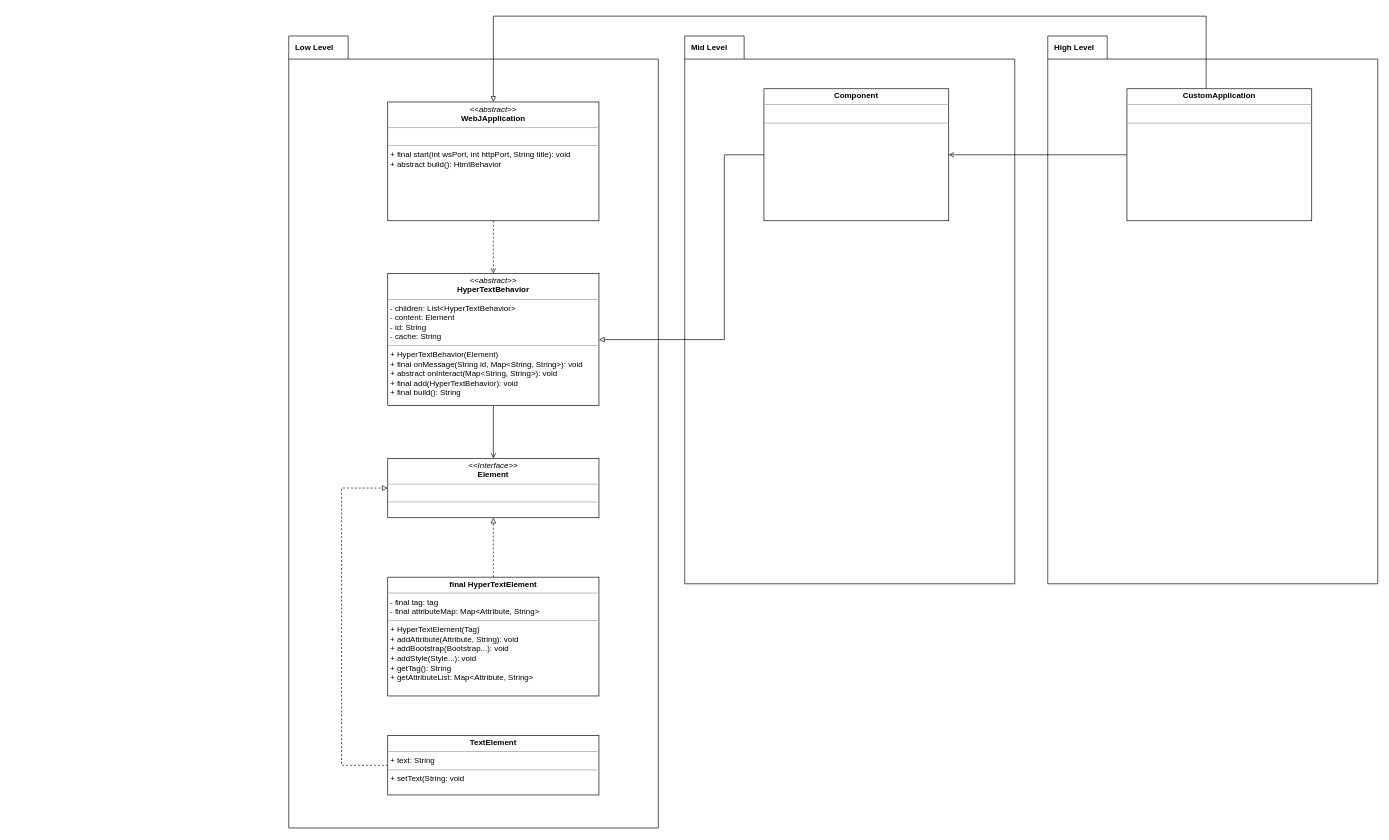
Earlier version of the draw.io diagram page "UML" (1 of 2) of plan/WebJ.drawio (VelocityPackage/webJ). Source tidied: cells renumbered, new cells numbered last; positions are measured from the earlier drawing's top-left corner, leaving out a move shared by most shapes. Both pictures are drawn from the tidied source at 66%, with x=0, y=0 at pixel (288, 16).
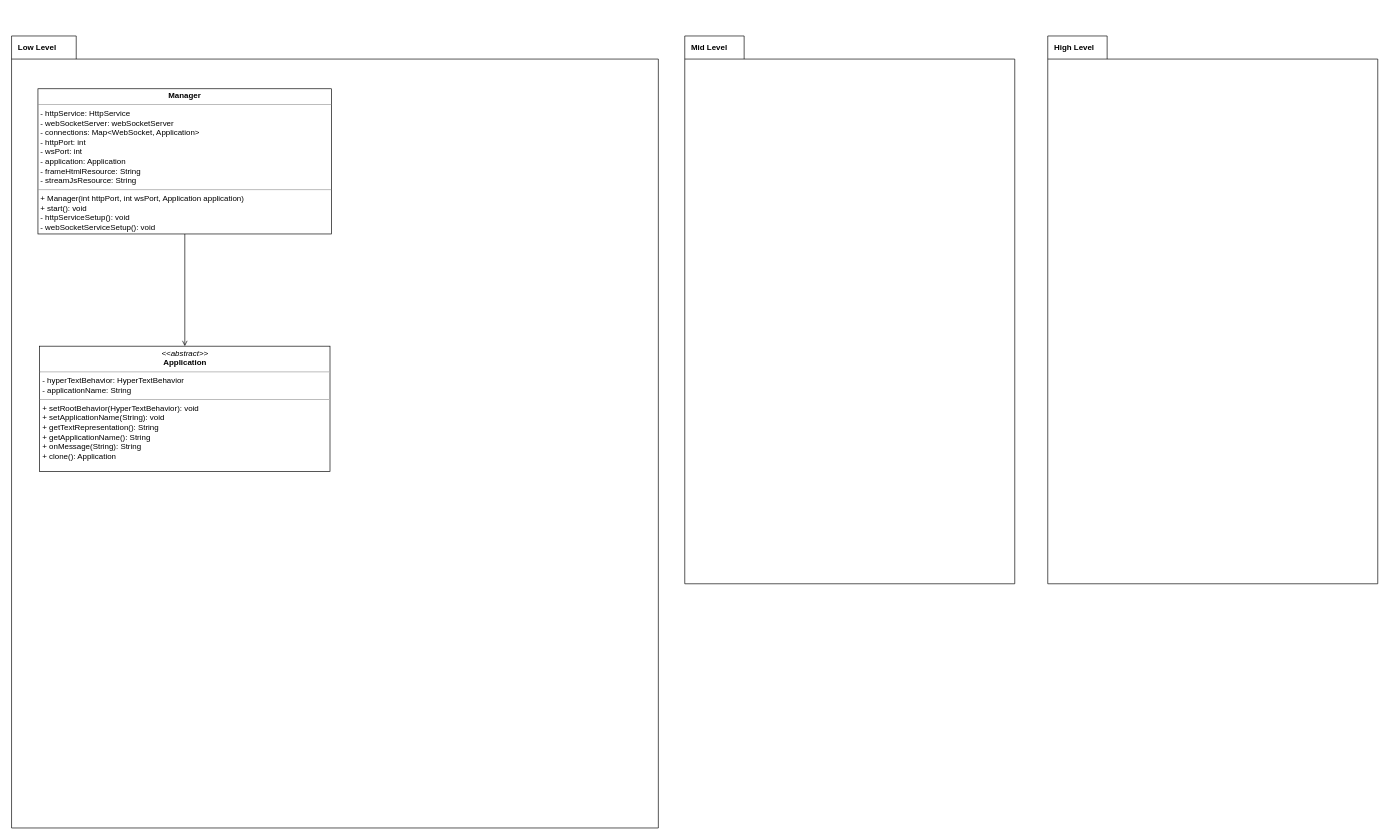
Above is the later version.

Change to the diagram source:
```diff
@@
     <mxCell id="4" value="Low Level" style="shape=folder;fontStyle=1;spacingTop=5;tabWidth=90;tabHeight=35;tabPosition=left;html=1;align=left;labelPosition=center;verticalLabelPosition=middle;verticalAlign=top;textDirection=ltr;horizontal=1;spacingLeft=10;spacing=0;" parent="1" vertex="1">
-      <mxGeometry y="30" width="560" height="1200" as="geometry" />
+      <mxGeometry x="-420" y="30" width="980" height="1200" as="geometry" />
     </mxCell>
-    <mxCell id="5" style="edgeStyle=orthogonalEdgeStyle;rounded=0;jettySize=auto;html=1;endArrow=block;endFill=0;dashed=1;" parent="1" edge="1" source="6" target="16">
-      <mxGeometry relative="1" as="geometry" />
-    </mxCell>
-    <mxCell id="6" value="&lt;p style=&quot;margin: 0px ; margin-top: 4px ; text-align: center&quot;&gt;&lt;b&gt;final HyperTextElement&lt;/b&gt;&lt;/p&gt;&lt;hr size=&quot;1&quot;&gt;&lt;p style=&quot;margin: 0px ; margin-left: 4px&quot;&gt;&lt;span&gt;- final tag: tag&lt;/span&gt;&lt;br&gt;&lt;/p&gt;&lt;p style=&quot;margin: 0px ; margin-left: 4px&quot;&gt;- final attributeMap: Map&amp;lt;Attribute, String&amp;gt;&lt;/p&gt;&lt;hr size=&quot;1&quot;&gt;&lt;p style=&quot;margin: 0px ; margin-left: 4px&quot;&gt;+ HyperTextElement(Tag)&lt;/p&gt;&lt;p style=&quot;margin: 0px ; margin-left: 4px&quot;&gt;&lt;span&gt;+ addAttribute(Attribute, String): void&lt;/span&gt;&lt;br&gt;&lt;/p&gt;&lt;p style=&quot;margin: 0px ; margin-left: 4px&quot;&gt;&lt;span&gt;+ addBootstrap(Bootstrap...): void&lt;/span&gt;&lt;br&gt;&lt;/p&gt;&lt;p style=&quot;margin: 0px ; margin-left: 4px&quot;&gt;+ addStyle(Style...): void&lt;/p&gt;&lt;p style=&quot;margin: 0px ; margin-left: 4px&quot;&gt;+ getTag(): String&lt;/p&gt;&lt;p style=&quot;margin: 0px ; margin-left: 4px&quot;&gt;+ getAttributeList: Map&amp;lt;Attribute, String&amp;gt;&lt;/p&gt;" style="verticalAlign=top;align=left;overflow=fill;fontSize=12;fontFamily=Helvetica;html=1;" parent="1" vertex="1">
-      <mxGeometry x="150" y="850" width="320" height="180" as="geometry" />
-    </mxCell>
-    <mxCell id="7" style="edgeStyle=orthogonalEdgeStyle;rounded=0;jettySize=auto;html=1;endArrow=open;endFill=0;" parent="1" edge="1" source="8" target="16">
-      <mxGeometry relative="1" as="geometry" />
-    </mxCell>
-    <mxCell id="8" value="&lt;p style=&quot;margin: 0px ; margin-top: 4px ; text-align: center&quot;&gt;&lt;i&gt;&amp;lt;&amp;lt;abstract&amp;gt;&amp;gt;&lt;/i&gt;&lt;br&gt;&lt;b&gt;HyperTextBehavior&lt;/b&gt;&lt;/p&gt;&lt;hr size=&quot;1&quot;&gt;&lt;p style=&quot;margin: 0px ; margin-left: 4px&quot;&gt;- children: List&amp;lt;HyperTextBehavior&amp;gt;&lt;br&gt;&lt;/p&gt;&lt;p style=&quot;margin: 0px ; margin-left: 4px&quot;&gt;- content: Element&lt;/p&gt;&lt;p style=&quot;margin: 0px ; margin-left: 4px&quot;&gt;- id: String&lt;/p&gt;&lt;p style=&quot;margin: 0px ; margin-left: 4px&quot;&gt;- cache: String&lt;/p&gt;&lt;hr size=&quot;1&quot;&gt;&lt;p style=&quot;margin: 0px ; margin-left: 4px&quot;&gt;+ HyperTextBehavior(Element)&lt;/p&gt;&lt;p style=&quot;margin: 0px ; margin-left: 4px&quot;&gt;+ final onMessage(String id, Map&amp;lt;String, String&amp;gt;): void&lt;br&gt;+ abstract onInteract(Map&amp;lt;String, String&amp;gt;): void&lt;/p&gt;&lt;p style=&quot;margin: 0px ; margin-left: 4px&quot;&gt;+ final add(HyperTextBehavior): void&lt;/p&gt;&lt;p style=&quot;margin: 0px ; margin-left: 4px&quot;&gt;+ final build(): String&lt;/p&gt;&lt;p style=&quot;margin: 0px ; margin-left: 4px&quot;&gt;&lt;br&gt;&lt;/p&gt;&lt;p style=&quot;margin: 0px ; margin-left: 4px&quot;&gt;&lt;br&gt;&lt;/p&gt;" style="verticalAlign=top;align=left;overflow=fill;fontSize=12;fontFamily=Helvetica;html=1;" parent="1" vertex="1">
-      <mxGeometry x="150" y="390" width="320" height="200" as="geometry" />
-    </mxCell>
-    <mxCell id="9" style="edgeStyle=orthogonalEdgeStyle;rounded=0;jettySize=auto;html=1;endArrow=block;endFill=0;jumpSize=6;strokeWidth=1;" parent="1" edge="1" source="10" target="8">
-      <mxGeometry relative="1" as="geometry">
-        <Array as="points">
-          <mxPoint x="660" y="210" />
-          <mxPoint x="660" y="490" />
-        </Array>
-      </mxGeometry>
-    </mxCell>
-    <mxCell id="10" value="&lt;p style=&quot;margin: 0px ; margin-top: 4px ; text-align: center&quot;&gt;&lt;b&gt;Component&lt;/b&gt;&lt;/p&gt;&lt;hr size=&quot;1&quot;&gt;&lt;p style=&quot;margin: 0px ; margin-left: 4px&quot;&gt;&lt;br&gt;&lt;/p&gt;&lt;hr size=&quot;1&quot;&gt;&lt;p style=&quot;margin: 0px ; margin-left: 4px&quot;&gt;&lt;br&gt;&lt;/p&gt;" style="verticalAlign=top;align=left;overflow=fill;fontSize=12;fontFamily=Helvetica;html=1;" parent="1" vertex="1">
-      <mxGeometry x="720" y="110" width="280" height="200" as="geometry" />
-    </mxCell>
-    <mxCell id="11" style="edgeStyle=orthogonalEdgeStyle;rounded=0;jumpSize=6;jettySize=auto;html=1;endArrow=open;endFill=0;strokeWidth=1;dashed=1;" parent="1" edge="1" source="12" target="8">
-      <mxGeometry relative="1" as="geometry" />
-    </mxCell>
-    <mxCell id="12" value="&lt;p style=&quot;margin: 0px ; margin-top: 4px ; text-align: center&quot;&gt;&lt;i&gt;&amp;lt;&amp;lt;abstract&amp;gt;&amp;gt;&lt;/i&gt;&lt;br&gt;&lt;b&gt;WebJApplication&lt;/b&gt;&lt;/p&gt;&lt;hr size=&quot;1&quot;&gt;&lt;p style=&quot;margin: 0px ; margin-left: 4px&quot;&gt;&lt;br&gt;&lt;/p&gt;&lt;hr size=&quot;1&quot;&gt;&lt;p style=&quot;margin: 0px ; margin-left: 4px&quot;&gt;+ final start(int wsPort, int httpPort, String title): void&lt;/p&gt;&lt;p style=&quot;margin: 0px ; margin-left: 4px&quot;&gt;+ abstract build(): HtmlBehavior&lt;/p&gt;" style="verticalAlign=top;align=left;overflow=fill;fontSize=12;fontFamily=Helvetica;html=1;" parent="1" vertex="1">
-      <mxGeometry x="150" y="130" width="320" height="180" as="geometry" />
-    </mxCell>
-    <mxCell id="13" style="edgeStyle=orthogonalEdgeStyle;rounded=0;jumpSize=6;jettySize=auto;html=1;endArrow=block;endFill=0;strokeWidth=1;" parent="1" edge="1" source="15" target="12">
-      <mxGeometry relative="1" as="geometry">
-        <Array as="points">
-          <mxPoint x="1390" />
-          <mxPoint x="310" />
-        </Array>
-      </mxGeometry>
-    </mxCell>
-    <mxCell id="14" style="edgeStyle=orthogonalEdgeStyle;rounded=0;jumpSize=6;jettySize=auto;html=1;endArrow=open;endFill=0;strokeWidth=1;" parent="1" edge="1" source="15" target="10">
-      <mxGeometry relative="1" as="geometry" />
-    </mxCell>
-    <mxCell id="15" value="&lt;p style=&quot;margin: 0px ; margin-top: 4px ; text-align: center&quot;&gt;&lt;b&gt;CustomApplication&lt;/b&gt;&lt;/p&gt;&lt;hr size=&quot;1&quot;&gt;&lt;p style=&quot;margin: 0px ; margin-left: 4px&quot;&gt;&lt;br&gt;&lt;/p&gt;&lt;hr size=&quot;1&quot;&gt;&lt;p style=&quot;margin: 0px ; margin-left: 4px&quot;&gt;&lt;br&gt;&lt;/p&gt;" style="verticalAlign=top;align=left;overflow=fill;fontSize=12;fontFamily=Helvetica;html=1;" parent="1" vertex="1">
-      <mxGeometry x="1270" y="110" width="280" height="200" as="geometry" />
-    </mxCell>
-    <mxCell id="16" value="&lt;p style=&quot;margin: 0px ; margin-top: 4px ; text-align: center&quot;&gt;&lt;i&gt;&amp;lt;&amp;lt;Interface&amp;gt;&amp;gt;&lt;/i&gt;&lt;br&gt;&lt;b&gt;Element&lt;/b&gt;&lt;/p&gt;&lt;hr size=&quot;1&quot;&gt;&lt;p style=&quot;margin: 0px ; margin-left: 4px&quot;&gt;&lt;br&gt;&lt;/p&gt;&lt;hr size=&quot;1&quot;&gt;&lt;p style=&quot;margin: 0px ; margin-left: 4px&quot;&gt;&lt;br&gt;&lt;/p&gt;" style="verticalAlign=top;align=left;overflow=fill;fontSize=12;fontFamily=Helvetica;html=1;" parent="1" vertex="1">
-      <mxGeometry x="150" y="670" width="320" height="90" as="geometry" />
-    </mxCell>
-    <mxCell id="17" style="edgeStyle=orthogonalEdgeStyle;rounded=0;jettySize=auto;html=1;dashed=1;endArrow=block;endFill=0;" parent="1" edge="1" source="18" target="16">
-      <mxGeometry relative="1" as="geometry">
-        <Array as="points">
-          <mxPoint x="80" y="1135" />
-          <mxPoint x="80" y="715" />
-        </Array>
-      </mxGeometry>
-    </mxCell>
-    <mxCell id="18" value="&lt;p style=&quot;margin: 0px ; margin-top: 4px ; text-align: center&quot;&gt;&lt;b&gt;TextElement&lt;/b&gt;&lt;/p&gt;&lt;hr size=&quot;1&quot;&gt;&lt;p style=&quot;margin: 0px ; margin-left: 4px&quot;&gt;+ text: String&lt;/p&gt;&lt;hr size=&quot;1&quot;&gt;&lt;p style=&quot;margin: 0px ; margin-left: 4px&quot;&gt;+ setText(String: void&lt;/p&gt;" style="verticalAlign=top;align=left;overflow=fill;fontSize=12;fontFamily=Helvetica;html=1;" parent="1" vertex="1">
-      <mxGeometry x="150" y="1090" width="320" height="90" as="geometry" />
-    </mxCell>
+    <mxCell id="19" style="edgeStyle=orthogonalEdgeStyle;rounded=0;jettySize=auto;html=1;endArrow=open;endFill=0;" parent="1" edge="1" source="20" target="21">
+      <mxGeometry relative="1" as="geometry" />
+    </mxCell>
+    <mxCell id="20" value="&lt;p style=&quot;margin: 0px ; margin-top: 4px ; text-align: center&quot;&gt;&lt;b&gt;Manager&lt;/b&gt;&lt;/p&gt;&lt;hr size=&quot;1&quot;&gt;&lt;p style=&quot;margin: 0px ; margin-left: 4px&quot;&gt;- httpService: HttpService&lt;/p&gt;&lt;p style=&quot;margin: 0px ; margin-left: 4px&quot;&gt;- webSocketServer: webSocketServer&lt;/p&gt;&lt;p style=&quot;margin: 0px ; margin-left: 4px&quot;&gt;- connections: Map&amp;lt;WebSocket, Application&amp;gt;&lt;/p&gt;&lt;p style=&quot;margin: 0px ; margin-left: 4px&quot;&gt;- httpPort: int&lt;/p&gt;&lt;p style=&quot;margin: 0px ; margin-left: 4px&quot;&gt;- wsPort: int&lt;/p&gt;&lt;p style=&quot;margin: 0px ; margin-left: 4px&quot;&gt;- application: Application&lt;/p&gt;&lt;p style=&quot;margin: 0px ; margin-left: 4px&quot;&gt;- frameHtmlResource: String&lt;/p&gt;&lt;p style=&quot;margin: 0px ; margin-left: 4px&quot;&gt;- streamJsResource: String&lt;/p&gt;&lt;hr size=&quot;1&quot;&gt;&lt;p style=&quot;margin: 0px ; margin-left: 4px&quot;&gt;+ Manager(int httpPort, int wsPort, Application application)&lt;/p&gt;&lt;p style=&quot;margin: 0px ; margin-left: 4px&quot;&gt;+ start(): void&lt;/p&gt;&lt;p style=&quot;margin: 0px ; margin-left: 4px&quot;&gt;- httpServiceSetup(): void&lt;/p&gt;&lt;p style=&quot;margin: 0px ; margin-left: 4px&quot;&gt;- webSocketServiceSetup(): void&lt;/p&gt;" style="verticalAlign=top;align=left;overflow=fill;fontSize=12;fontFamily=Helvetica;html=1;" parent="1" vertex="1">
+      <mxGeometry x="-380" y="110" width="445" height="220" as="geometry" />
+    </mxCell>
+    <mxCell id="21" value="&lt;p style=&quot;margin: 0px ; margin-top: 4px ; text-align: center&quot;&gt;&lt;i&gt;&amp;lt;&amp;lt;abstract&amp;gt;&amp;gt;&lt;/i&gt;&lt;br&gt;&lt;b&gt;Application&lt;/b&gt;&lt;/p&gt;&lt;hr size=&quot;1&quot;&gt;&lt;p style=&quot;margin: 0px ; margin-left: 4px&quot;&gt;- hyperTextBehavior: HyperTextBehavior&lt;br&gt;- applicationName: String&lt;/p&gt;&lt;hr size=&quot;1&quot;&gt;&lt;p style=&quot;margin: 0px ; margin-left: 4px&quot;&gt;+ setRootBehavior(HyperTextBehavior): void&lt;br&gt;+ setApplicationName(String): void&lt;/p&gt;&lt;p style=&quot;margin: 0px ; margin-left: 4px&quot;&gt;+ getTextRepresentation(): String&lt;/p&gt;&lt;p style=&quot;margin: 0px ; margin-left: 4px&quot;&gt;+ getApplicationName(): String&lt;/p&gt;&lt;p style=&quot;margin: 0px ; margin-left: 4px&quot;&gt;+ onMessage(String): String&lt;/p&gt;&lt;p style=&quot;margin: 0px ; margin-left: 4px&quot;&gt;+ clone(): Application&lt;/p&gt;" style="verticalAlign=top;align=left;overflow=fill;fontSize=12;fontFamily=Helvetica;html=1;" parent="1" vertex="1">
+      <mxGeometry x="-377.5" y="500" width="440" height="190" as="geometry" />
+    </mxCell>
```
